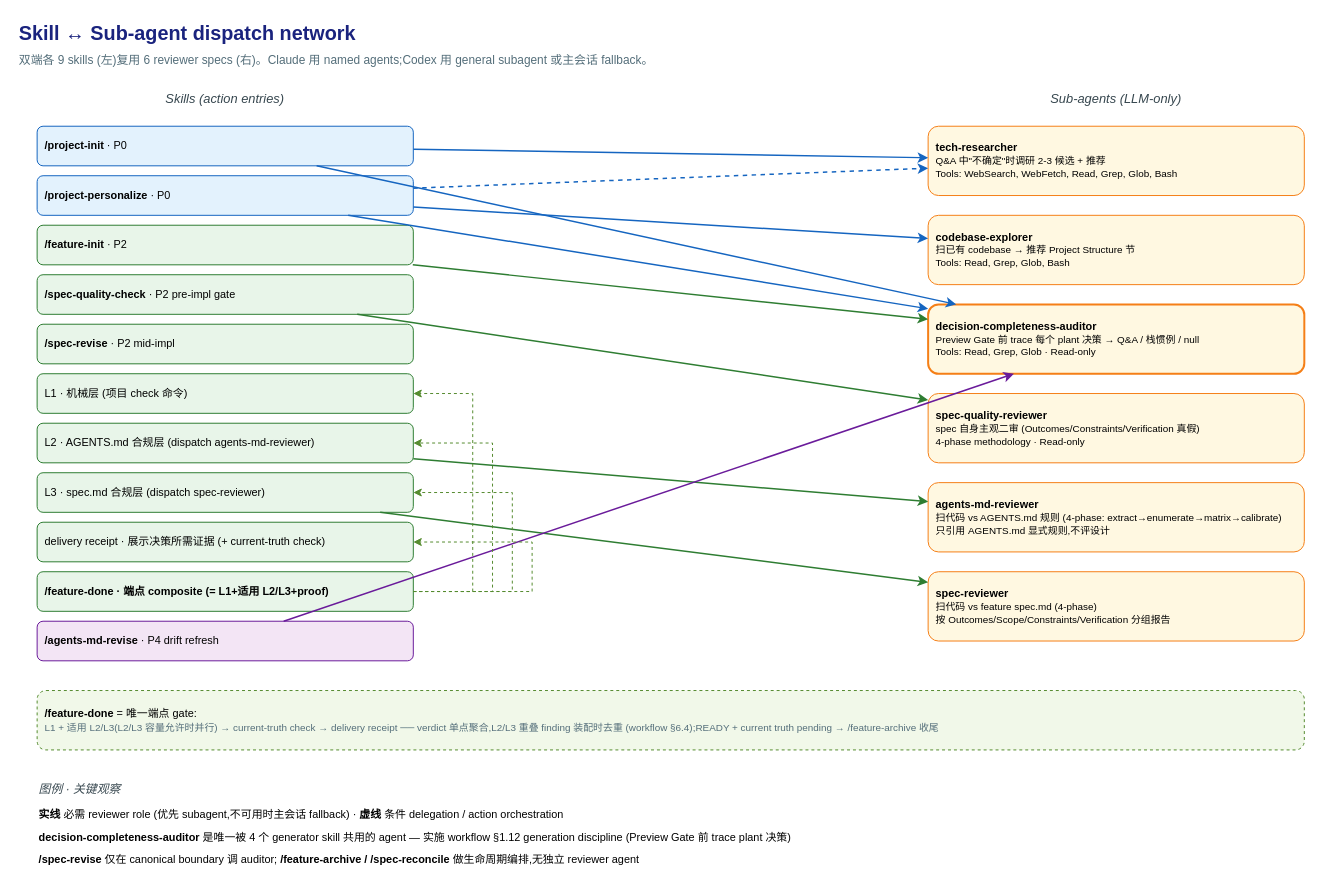
shrekshrek/project-workflow keeps this draw.io diagram as page "Dispatch network (skills ↔ agents)" (2 of 2) of docs/project-workflow-overview.drawio. Above is the earlier version. Source tidied: cells renumbered, new cells numbered last; positions are measured from the earlier drawing's top-left corner, leaving out a move shared by most shapes. Both pictures are drawn from the tidied source at 99%, with x=0, y=0 at pixel (17, 17).
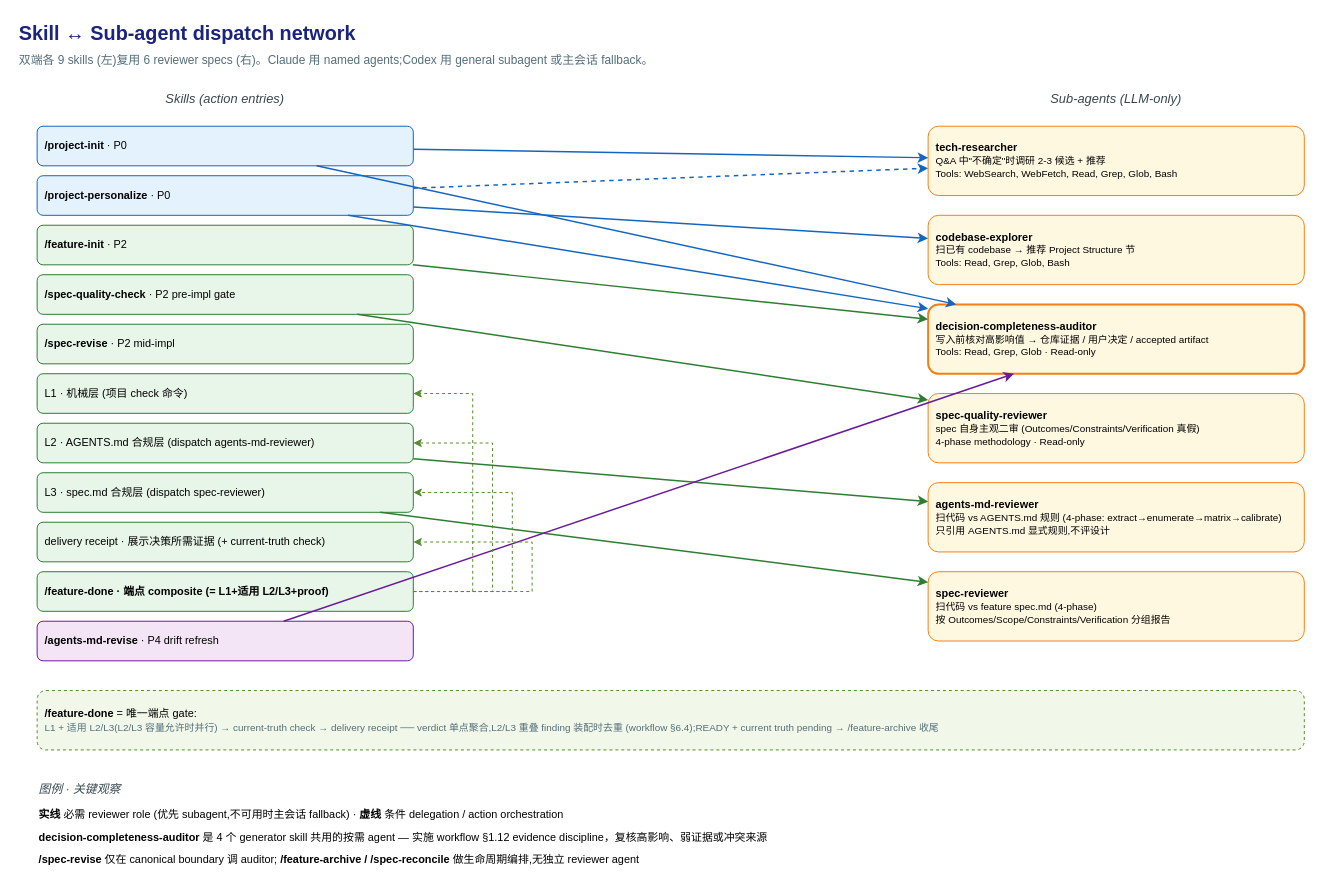
The same page after the edit.

What changed in the source:
```diff
@@
-    <mxCell id="19" value="&lt;b&gt;decision-completeness-auditor&lt;/b&gt;&lt;br/&gt;&lt;span style='font-size:10px;'&gt;Preview Gate 前 trace 每个 plant 决策 → Q&amp;A / 栈惯例 / null&lt;br/&gt;Tools: Read, Grep, Glob  ·  Read-only&lt;/span&gt;" style="rounded=1;whiteSpace=wrap;html=1;fillColor=#FFF8E1;strokeColor=#F57F17;strokeWidth=2;fontSize=11;align=left;verticalAlign=middle;spacing=8;" parent="1" vertex="1">
+    <mxCell id="19" value="&lt;b&gt;decision-completeness-auditor&lt;/b&gt;&lt;br/&gt;&lt;span style='font-size:10px;'&gt;写入前核对高影响值 → 仓库证据 / 用户决定 / accepted artifact&lt;br/&gt;Tools: Read, Grep, Glob  ·  Read-only&lt;/span&gt;" style="rounded=1;whiteSpace=wrap;html=1;fillColor=#FFF8E1;strokeColor=#F57F17;strokeWidth=2;fontSize=11;align=left;verticalAlign=middle;spacing=8;" parent="1" vertex="1">
       <mxGeometry x="920" y="290" width="380" height="70" as="geometry" />
     </mxCell>
@@
-    <mxCell id="40" value="&lt;b&gt;decision-completeness-auditor&lt;/b&gt; 是唯一被 4 个 generator skill 共用的 agent — 实施 workflow §1.12 generation discipline (Preview Gate 前 trace plant 决策)" style="text;html=1;strokeColor=none;fillColor=none;align=left;verticalAlign=middle;whiteSpace=wrap;fontSize=11;" parent="1" vertex="1">
+    <mxCell id="40" value="&lt;b&gt;decision-completeness-auditor&lt;/b&gt; 是 4 个 generator skill 共用的按需 agent — 实施 workflow §1.12 evidence discipline，复核高影响、弱证据或冲突来源" style="text;html=1;strokeColor=none;fillColor=none;align=left;verticalAlign=middle;whiteSpace=wrap;fontSize=11;" parent="1" vertex="1">
       <mxGeometry x="20" y="818" width="1280" height="20" as="geometry" />
     </mxCell>
```
